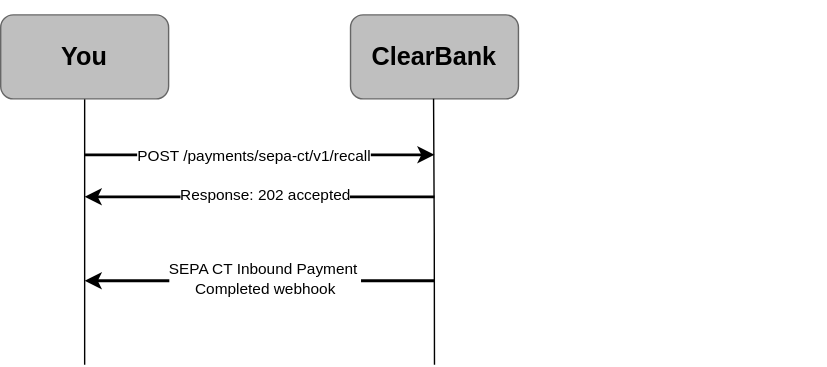
Before: static/assets/images/sepa-ct-recall-request.svg, a diagram exported from draw.io (clearbank/clearbank.github.io). Source tidied: cells renumbered, new cells last; positions are measured from the earlier drawing's top-left corner, leaving out a move shared by most shapes.
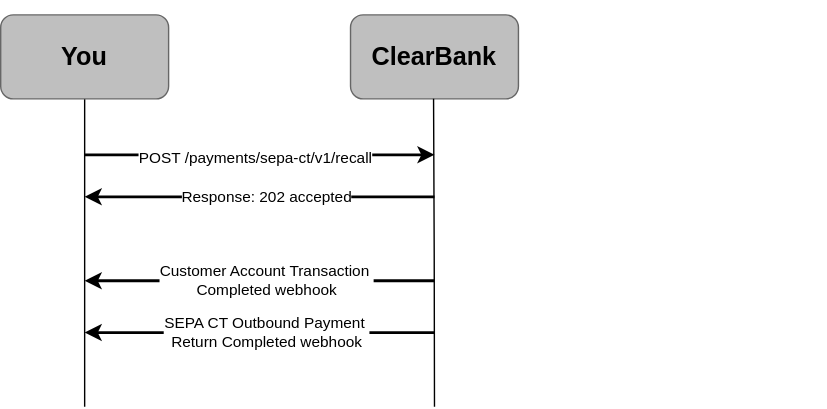
The same file after the commit.

Commit message:
SEPA CT recall and return update

The edit, as a diff of the source:
```diff
@@ -11,7 +11,7 @@
         <mxPoint x="60" y="200" as="targetPoint" />
       </mxGeometry>
     </mxCell>
-    <mxCell id="4" value="SEPA CT Inbound Payment&amp;nbsp;&lt;div&gt;Completed webhook&lt;br&gt;&lt;/div&gt;" style="edgeLabel;html=1;align=center;verticalAlign=middle;fontFamily=Arial;" parent="3" vertex="1">
+    <mxCell id="4" value="Customer Account Transaction&amp;nbsp;&lt;div&gt;Completed webhook&lt;br&gt;&lt;/div&gt;" style="edgeLabel;html=1;align=center;verticalAlign=middle;fontFamily=Arial;" parent="3" vertex="1">
       <mxGeometry x="0.09" y="-1" relative="1" as="geometry">
         <mxPoint x="15" as="offset" />
       </mxGeometry>
@@ -19,12 +19,12 @@
     <mxCell id="5" style="edgeStyle=orthogonalEdgeStyle;rounded=0;orthogonalLoop=1;jettySize=auto;html=1;endArrow=none;endFill=0;fontFamily=Arial;" parent="1" edge="1">
       <mxGeometry relative="1" as="geometry">
         <mxPoint x="309.3" y="70" as="sourcePoint" />
-        <mxPoint x="310" y="260" as="targetPoint" />
+        <mxPoint x="310" y="290" as="targetPoint" />
       </mxGeometry>
     </mxCell>
     <mxCell id="6" style="edgeStyle=orthogonalEdgeStyle;rounded=0;jettySize=auto;html=1;endArrow=none;endFill=0;fontFamily=Arial;" parent="1" edge="1" source="7">
       <mxGeometry relative="1" as="geometry">
-        <mxPoint x="60" y="260" as="targetPoint" />
+        <mxPoint x="60" y="290" as="targetPoint" />
       </mxGeometry>
     </mxCell>
     <mxCell id="7" value="You" style="rounded=1;whiteSpace=wrap;html=1;strokeColor=#666666;fillColor=#BFBFBF;gradientColor=none;fontFamily=Arial;fontStyle=1;fontSize=18;" parent="1" vertex="1">
@@ -58,5 +58,16 @@
         <mxPoint x="15" as="offset" />
       </mxGeometry>
     </mxCell>
+    <mxCell id="14" style="endArrow=classic;html=1;rounded=0;strokeWidth=2;fontFamily=Arial;" parent="1" edge="1">
+      <mxGeometry relative="1" as="geometry">
+        <mxPoint x="310" y="237" as="sourcePoint" />
+        <mxPoint x="60" y="237" as="targetPoint" />
+      </mxGeometry>
+    </mxCell>
+    <mxCell id="15" value="SEPA CT Outbound Payment&amp;nbsp;&lt;div&gt;Return Completed webhook&lt;br&gt;&lt;/div&gt;" style="edgeLabel;html=1;align=center;verticalAlign=middle;fontFamily=Arial;" parent="14" vertex="1">
+      <mxGeometry x="0.09" y="-1" relative="1" as="geometry">
+        <mxPoint x="15" as="offset" />
+      </mxGeometry>
+    </mxCell>
   </root>
 </mxGraphModel>
```
